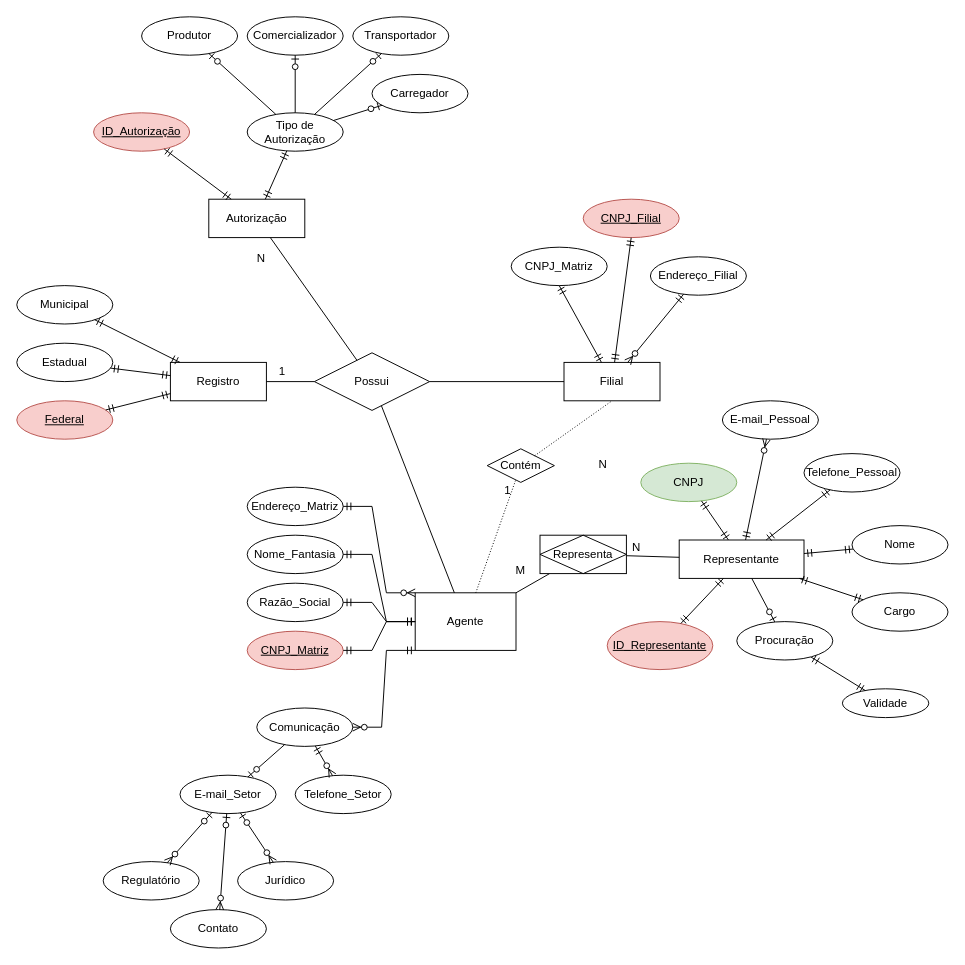
Above: Cadastro.drawio in GustavoCoutinhoAraujo/GustavoCoutinhoAraujo (draw.io), before the change. Source tidied: cells renumbered, new cells numbered last; positions are measured from the earlier drawing's top-left corner, leaving out a move shared by most shapes. Both pictures are drawn from the tidied source at 96%, with x=0, y=0 at pixel (16, 16).
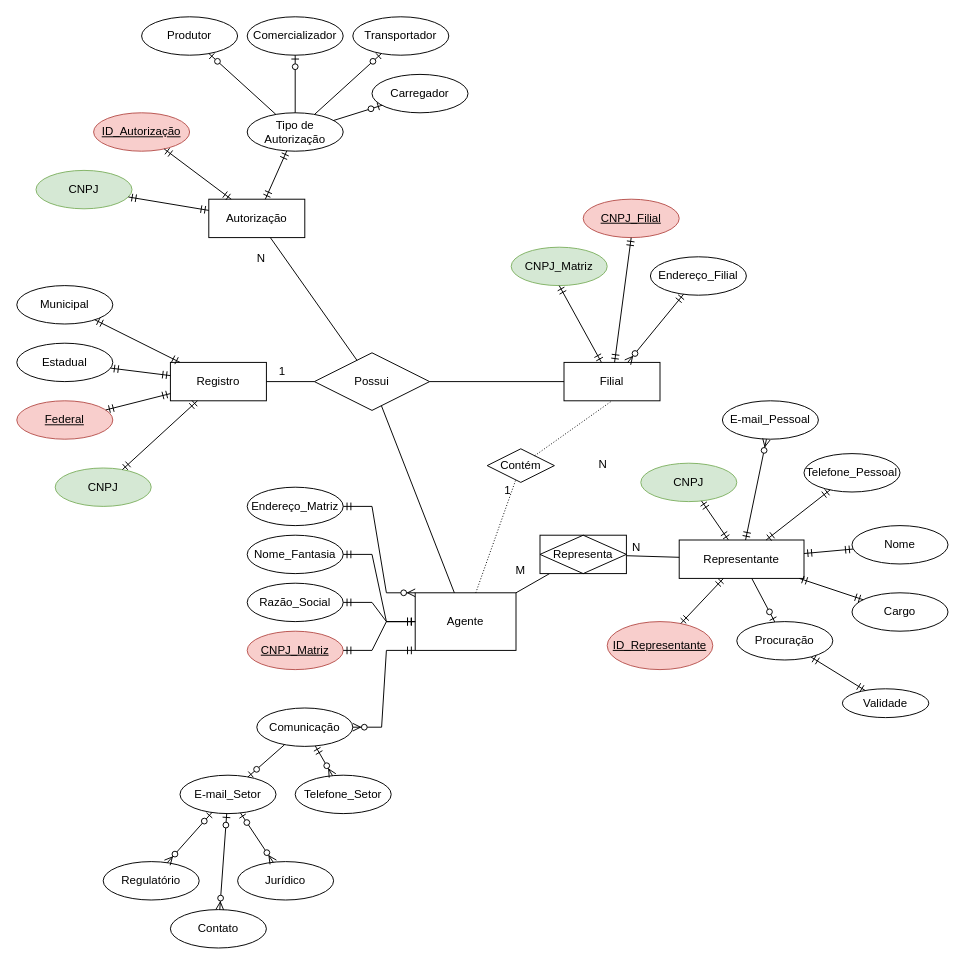
The same diagram, later.

The change refers to these unchanged cells:
```xml
<mxCell id="28" value="Autorização" style="whiteSpace=wrap;html=1;align=center;" parent="1" vertex="1">
  <mxGeometry x="200" y="190" width="100" height="40" as="geometry" />
</mxCell>
<mxCell id="29" value="Registro" style="whiteSpace=wrap;html=1;align=center;" parent="1" vertex="1">
  <mxGeometry x="160" y="360" width="100" height="40" as="geometry" />
</mxCell>
```

Diff of the diagram source:
```diff
@@
-    <mxCell id="25" value="CNPJ_Matriz" style="ellipse;whiteSpace=wrap;html=1;align=center;" parent="1" vertex="1">
+    <mxCell id="25" value="CNPJ_Matriz" style="ellipse;whiteSpace=wrap;html=1;align=center;fillColor=#d5e8d4;strokeColor=#82b366;" parent="1" vertex="1">
       <mxGeometry x="515" y="240" width="100" height="40" as="geometry" />
     </mxCell>
@@
+    <mxCell id="84" value="CNPJ" style="ellipse;whiteSpace=wrap;html=1;align=center;fillColor=#d5e8d4;strokeColor=#82b366;" parent="1" vertex="1">
+      <mxGeometry x="40" y="470" width="100" height="40" as="geometry" />
+    </mxCell>
+    <mxCell id="85" value="CNPJ" style="ellipse;whiteSpace=wrap;html=1;align=center;fillColor=#d5e8d4;strokeColor=#82b366;" parent="1" vertex="1">
+      <mxGeometry x="20" y="160" width="100" height="40" as="geometry" />
+    </mxCell>
+    <mxCell id="86" style="fontSize=12;html=1;endArrow=ERmandOne;startArrow=ERmandOne;rounded=0;" parent="1" edge="1" source="28" target="85">
+      <mxGeometry relative="1" as="geometry" />
+    </mxCell>
+    <mxCell id="87" style="fontSize=12;html=1;endArrow=ERmandOne;startArrow=ERmandOne;rounded=0;" parent="1" edge="1" source="29" target="84">
+      <mxGeometry relative="1" as="geometry" />
+    </mxCell>
```
